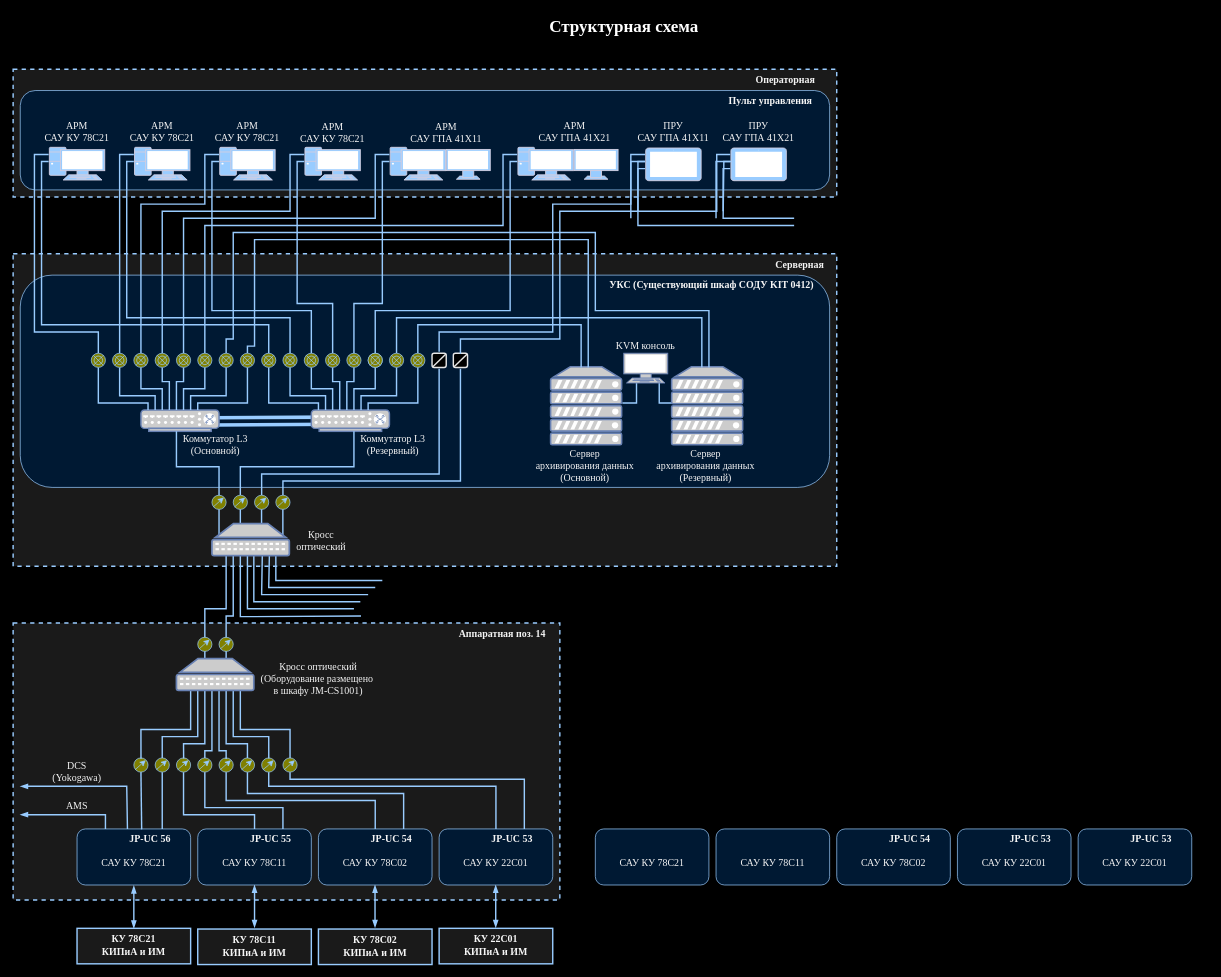
Above: Диаграмма без названия.drawio in Tretyak0ff/schemes (draw.io), before the change. Source tidied: cells renumbered, new cells numbered last; positions are measured from the earlier drawing's top-left corner, leaving out a move shared by most shapes. Both pictures are drawn from the tidied source at 71%, with x=0, y=0 at pixel (13, 12).
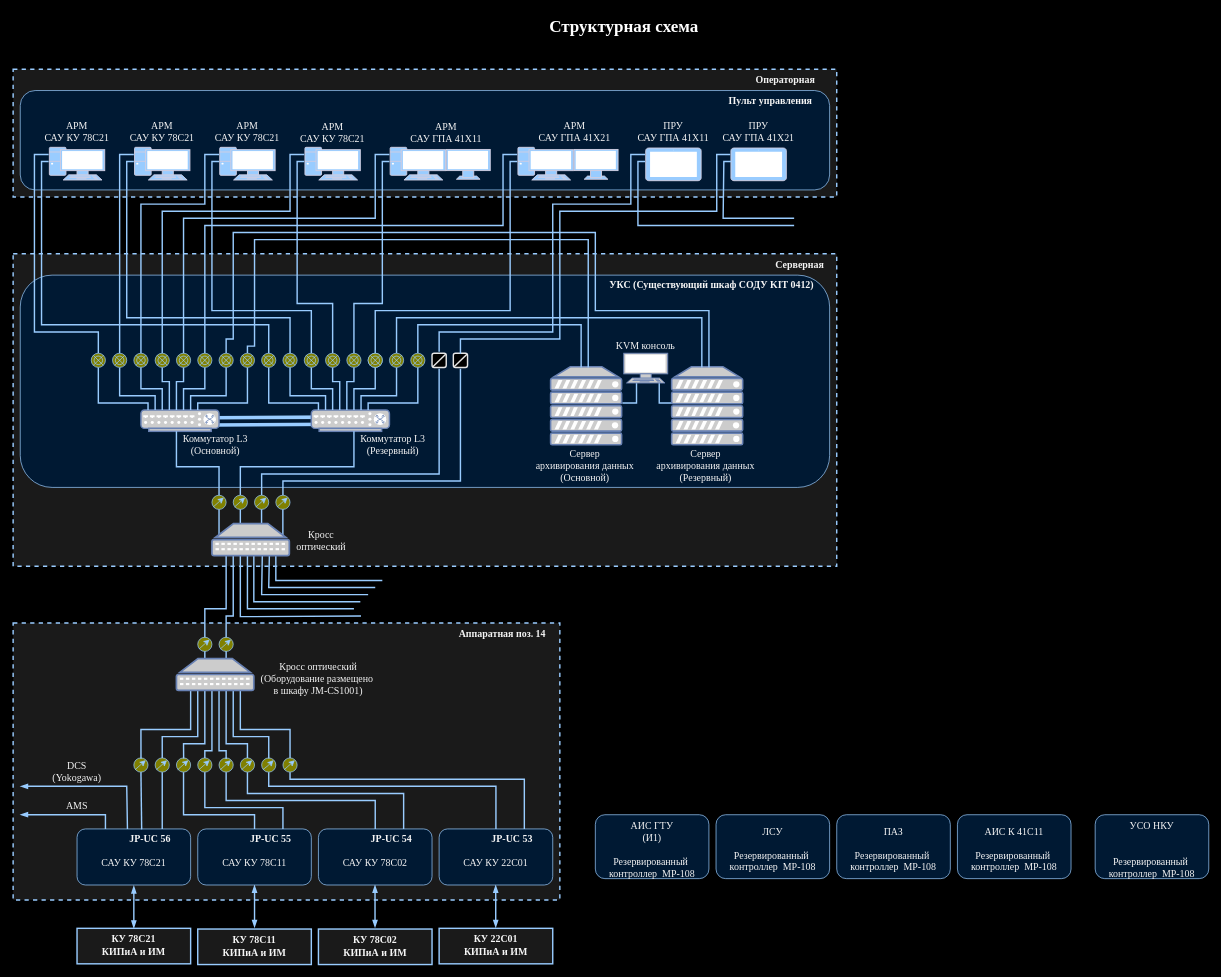
After the change.

Diff of the diagram source:
```diff
@@
-    <mxCell id="154" style="endArrow=none;html=1;rounded=0;strokeColor=#99CCFF;fontColor=#1A1A1A;strokeWidth=2;" parent="153" edge="1">
-      <mxGeometry relative="1" as="geometry">
-        <mxPoint x="880" y="280" as="sourcePoint" />
-        <mxPoint x="890" y="220" as="targetPoint" />
-        <Array as="points">
-          <mxPoint x="880" y="220" />
-        </Array>
-      </mxGeometry>
-    </mxCell>
-    <mxCell id="155" style="endArrow=none;html=1;rounded=0;strokeColor=#99CCFF;fontColor=#1A1A1A;strokeWidth=2;" parent="153" edge="1">
-      <mxGeometry relative="1" as="geometry">
-        <mxPoint x="870" y="290" as="sourcePoint" />
-        <mxPoint x="890" y="210" as="targetPoint" />
-        <Array as="points">
-          <mxPoint x="870" y="210" />
-        </Array>
-      </mxGeometry>
-    </mxCell>
-    <mxCell id="156" style="endArrow=none;html=1;rounded=0;strokeColor=#99CCFF;fontColor=#1A1A1A;strokeWidth=2;" parent="153" edge="1">
-      <mxGeometry relative="1" as="geometry">
-        <mxPoint x="1000" y="280" as="sourcePoint" />
-        <mxPoint x="1010" y="220" as="targetPoint" />
-        <Array as="points">
-          <mxPoint x="1000" y="220" />
-        </Array>
-      </mxGeometry>
-    </mxCell>
-    <mxCell id="157" style="endArrow=none;html=1;rounded=0;strokeColor=#99CCFF;fontColor=#1A1A1A;strokeWidth=2;" parent="153" edge="1">
-      <mxGeometry relative="1" as="geometry">
-        <mxPoint x="990" y="290" as="sourcePoint" />
-        <mxPoint x="1010" y="210" as="targetPoint" />
-        <Array as="points">
-          <mxPoint x="990" y="210" />
-        </Array>
-      </mxGeometry>
-    </mxCell>
@@
     <mxCell id="255" style="group;" parent="254" vertex="1">
-      <mxGeometry x="820" y="1150" width="160" height="79" as="geometry" />
+      <mxGeometry x="820" y="1130" width="160" height="90" as="geometry" />
     </mxCell>
     <mxCell id="256" style="rounded=1;whiteSpace=wrap;html=1;fillColor=#001933;strokeColor=#99CCFF;align=right;verticalAlign=top;fontColor=#F5F5F5;labelBorderColor=none;strokeWidth=1;fontSize=14;fontFamily=Times New Roman;fontStyle=1;" parent="255" vertex="1">
-      <mxGeometry width="160" height="79" as="geometry" />
+      <mxGeometry width="160" height="90" as="geometry" />
     </mxCell>
-    <mxCell id="257" value="&lt;span style=&quot;text-wrap: nowrap;&quot;&gt;САУ КУ 78С21&lt;/span&gt;" style="text;whiteSpace=wrap;html=1;align=center;labelBackgroundColor=none;fontColor=#f5f5f5;verticalAlign=middle;fontSize=14;fontFamily=Times New Roman;" parent="255" vertex="1">
-      <mxGeometry y="19" width="160" height="60" as="geometry" />
+    <mxCell id="257" value="&lt;span style=&quot;text-wrap: nowrap;&quot;&gt;АИС ГТУ&lt;/span&gt;&lt;div&gt;&lt;span style=&quot;text-wrap: nowrap;&quot;&gt;(И1)&lt;/span&gt;&lt;/div&gt;&lt;div&gt;&lt;span style=&quot;text-wrap: nowrap;&quot;&gt;&lt;br&gt;&lt;/span&gt;&lt;/div&gt;&lt;div&gt;&lt;span style=&quot;text-wrap: nowrap;&quot;&gt;Резервированный&amp;nbsp;&lt;/span&gt;&lt;/div&gt;&lt;div&gt;&lt;span style=&quot;text-wrap: nowrap;&quot;&gt;контроллер&amp;nbsp; МР-108&lt;/span&gt;&lt;/div&gt;" style="text;whiteSpace=wrap;html=1;align=center;labelBackgroundColor=none;fontColor=#f5f5f5;verticalAlign=middle;fontSize=14;fontFamily=Times New Roman;" parent="255" vertex="1">
+      <mxGeometry y="19" width="160" height="61" as="geometry" />
     </mxCell>
-    <mxCell id="258" style="group;" parent="254" vertex="1">
-      <mxGeometry x="980" y="1150" width="160" height="79" as="geometry" />
-    </mxCell>
-    <mxCell id="259" style="rounded=1;whiteSpace=wrap;html=1;fillColor=#001933;strokeColor=#99CCFF;align=right;verticalAlign=top;fontColor=#F5F5F5;labelBorderColor=none;strokeWidth=1;fontSize=14;fontFamily=Times New Roman;fontStyle=1;" parent="258" vertex="1">
-      <mxGeometry x="10" width="160" height="79" as="geometry" />
-    </mxCell>
-    <mxCell id="260" value="&lt;span style=&quot;text-wrap: nowrap;&quot;&gt;САУ КУ 78С1&lt;/span&gt;&lt;span style=&quot;text-wrap: nowrap; background-color: initial;&quot;&gt;1&lt;/span&gt;" style="text;whiteSpace=wrap;html=1;align=center;labelBackgroundColor=none;fontColor=#f5f5f5;verticalAlign=middle;fontSize=14;fontFamily=Times New Roman;" parent="258" vertex="1">
-      <mxGeometry x="10" y="19" width="160" height="60" as="geometry" />
-    </mxCell>
-    <mxCell id="261" style="group;" parent="254" vertex="1">
-      <mxGeometry x="1160" y="1150" width="160" height="79" as="geometry" />
-    </mxCell>
-    <mxCell id="262" style="group;" parent="261" vertex="1">
-      <mxGeometry width="160" height="79" as="geometry" />
-    </mxCell>
-    <mxCell id="263" value="JP-UC 54&lt;span style=&quot;white-space: pre;&quot;&gt;&#9;&lt;/span&gt;" style="rounded=1;whiteSpace=wrap;html=1;fillColor=#001933;strokeColor=#99CCFF;align=right;verticalAlign=top;fontColor=#F5F5F5;labelBorderColor=none;strokeWidth=1;fontSize=14;fontFamily=Times New Roman;fontStyle=1;" parent="262" vertex="1">
-      <mxGeometry width="160" height="79" as="geometry" />
-    </mxCell>
-    <mxCell id="264" value="&lt;span style=&quot;text-wrap: nowrap;&quot;&gt;САУ КУ 78С02&lt;/span&gt;" style="text;whiteSpace=wrap;html=1;align=center;labelBackgroundColor=none;fontColor=#f5f5f5;verticalAlign=middle;fontSize=14;fontFamily=Times New Roman;" parent="262" vertex="1">
-      <mxGeometry y="19" width="160" height="60" as="geometry" />
-    </mxCell>
-    <mxCell id="265" style="group;" parent="254" vertex="1">
-      <mxGeometry x="1330" y="1150" width="160" height="79" as="geometry" />
-    </mxCell>
-    <mxCell id="266" value="JP-UC 53&lt;span style=&quot;white-space: pre;&quot;&gt;&#9;&lt;/span&gt;" style="rounded=1;whiteSpace=wrap;html=1;fillColor=#001933;strokeColor=#99CCFF;align=right;verticalAlign=top;fontColor=#F5F5F5;labelBorderColor=none;strokeWidth=1;fontSize=14;fontFamily=Times New Roman;fontStyle=1;" parent="265" vertex="1">
-      <mxGeometry width="160" height="79" as="geometry" />
-    </mxCell>
-    <mxCell id="267" value="&lt;span style=&quot;text-wrap: nowrap;&quot;&gt;САУ КУ 22С01&lt;/span&gt;" style="text;whiteSpace=wrap;html=1;align=center;labelBackgroundColor=none;fontColor=#f5f5f5;verticalAlign=middle;fontSize=14;fontFamily=Times New Roman;" parent="265" vertex="1">
-      <mxGeometry y="19" width="160" height="60" as="geometry" />
-    </mxCell>
-    <mxCell id="268" style="group;" parent="254" vertex="1">
-      <mxGeometry x="1500" y="1150" width="160" height="79" as="geometry" />
-    </mxCell>
-    <mxCell id="269" value="JP-UC 53&lt;span style=&quot;white-space: pre;&quot;&gt;&#9;&lt;/span&gt;" style="rounded=1;whiteSpace=wrap;html=1;fillColor=#001933;strokeColor=#99CCFF;align=right;verticalAlign=top;fontColor=#F5F5F5;labelBorderColor=none;strokeWidth=1;fontSize=14;fontFamily=Times New Roman;fontStyle=1;" parent="268" vertex="1">
-      <mxGeometry width="160" height="79" as="geometry" />
-    </mxCell>
-    <mxCell id="270" value="&lt;span style=&quot;text-wrap: nowrap;&quot;&gt;САУ КУ 22С01&lt;/span&gt;" style="text;whiteSpace=wrap;html=1;align=center;labelBackgroundColor=none;fontColor=#f5f5f5;verticalAlign=middle;fontSize=14;fontFamily=Times New Roman;" parent="268" vertex="1">
-      <mxGeometry y="19" width="160" height="60" as="geometry" />
-    </mxCell>
+    <mxCell id="271" style="group;" parent="254" vertex="1">
+      <mxGeometry x="990" y="1130" width="160" height="90" as="geometry" />
+    </mxCell>
+    <mxCell id="272" style="rounded=1;whiteSpace=wrap;html=1;fillColor=#001933;strokeColor=#99CCFF;align=right;verticalAlign=top;fontColor=#F5F5F5;labelBorderColor=none;strokeWidth=1;fontSize=14;fontFamily=Times New Roman;fontStyle=1;" parent="271" vertex="1">
+      <mxGeometry width="160" height="90" as="geometry" />
+    </mxCell>
+    <mxCell id="273" value="&lt;div&gt;&lt;span style=&quot;text-wrap: nowrap;&quot;&gt;ЛСУ&lt;/span&gt;&lt;/div&gt;&lt;div&gt;&lt;span style=&quot;text-wrap: nowrap;&quot;&gt;&lt;br&gt;&lt;/span&gt;&lt;/div&gt;&lt;div&gt;&lt;span style=&quot;text-wrap: nowrap; background-color: initial;&quot;&gt;Резервированный&amp;nbsp;&lt;/span&gt;&lt;br&gt;&lt;/div&gt;&lt;div&gt;&lt;span style=&quot;text-wrap: nowrap;&quot;&gt;контроллер&amp;nbsp; МР-108&lt;/span&gt;&lt;/div&gt;" style="text;whiteSpace=wrap;html=1;align=center;labelBackgroundColor=none;fontColor=#f5f5f5;verticalAlign=middle;fontSize=14;fontFamily=Times New Roman;" parent="271" vertex="1">
+      <mxGeometry y="19" width="160" height="61" as="geometry" />
+    </mxCell>
+    <mxCell id="274" style="group;" parent="254" vertex="1">
+      <mxGeometry x="1160" y="1130" width="160" height="90" as="geometry" />
+    </mxCell>
+    <mxCell id="275" style="rounded=1;whiteSpace=wrap;html=1;fillColor=#001933;strokeColor=#99CCFF;align=right;verticalAlign=top;fontColor=#F5F5F5;labelBorderColor=none;strokeWidth=1;fontSize=14;fontFamily=Times New Roman;fontStyle=1;" parent="274" vertex="1">
+      <mxGeometry width="160" height="90" as="geometry" />
+    </mxCell>
+    <mxCell id="276" value="&lt;div&gt;&lt;span style=&quot;text-wrap: nowrap;&quot;&gt;ПАЗ&lt;/span&gt;&lt;/div&gt;&lt;div&gt;&lt;span style=&quot;text-wrap: nowrap;&quot;&gt;&lt;br&gt;&lt;/span&gt;&lt;/div&gt;&lt;div&gt;&lt;span style=&quot;text-wrap: nowrap; background-color: initial;&quot;&gt;Резервированный&amp;nbsp;&lt;/span&gt;&lt;br&gt;&lt;/div&gt;&lt;div&gt;&lt;span style=&quot;text-wrap: nowrap;&quot;&gt;контроллер&amp;nbsp; МР-108&lt;/span&gt;&lt;/div&gt;" style="text;whiteSpace=wrap;html=1;align=center;labelBackgroundColor=none;fontColor=#f5f5f5;verticalAlign=middle;fontSize=14;fontFamily=Times New Roman;" parent="274" vertex="1">
+      <mxGeometry y="19" width="160" height="61" as="geometry" />
+    </mxCell>
+    <mxCell id="277" style="group;" parent="254" vertex="1">
+      <mxGeometry x="1330" y="1130" width="160" height="90" as="geometry" />
+    </mxCell>
+    <mxCell id="278" style="rounded=1;whiteSpace=wrap;html=1;fillColor=#001933;strokeColor=#99CCFF;align=right;verticalAlign=top;fontColor=#F5F5F5;labelBorderColor=none;strokeWidth=1;fontSize=14;fontFamily=Times New Roman;fontStyle=1;" parent="277" vertex="1">
+      <mxGeometry width="160" height="90" as="geometry" />
+    </mxCell>
+    <mxCell id="279" value="&lt;div&gt;&lt;span style=&quot;text-wrap: nowrap;&quot;&gt;АИС К 41С11&lt;/span&gt;&lt;/div&gt;&lt;div&gt;&lt;span style=&quot;text-wrap: nowrap;&quot;&gt;&lt;br&gt;&lt;/span&gt;&lt;/div&gt;&lt;div&gt;&lt;span style=&quot;text-wrap: nowrap; background-color: initial;&quot;&gt;Резервированный&amp;nbsp;&lt;/span&gt;&lt;br&gt;&lt;/div&gt;&lt;div&gt;&lt;span style=&quot;text-wrap: nowrap;&quot;&gt;контроллер&amp;nbsp; МР-108&lt;/span&gt;&lt;/div&gt;" style="text;whiteSpace=wrap;html=1;align=center;labelBackgroundColor=none;fontColor=#f5f5f5;verticalAlign=middle;fontSize=14;fontFamily=Times New Roman;" parent="277" vertex="1">
+      <mxGeometry y="19" width="160" height="61" as="geometry" />
+    </mxCell>
+    <mxCell id="280" style="group;" parent="254" vertex="1">
+      <mxGeometry x="1524" y="1130" width="160" height="90" as="geometry" />
+    </mxCell>
+    <mxCell id="281" style="rounded=1;whiteSpace=wrap;html=1;fillColor=#001933;strokeColor=#99CCFF;align=right;verticalAlign=top;fontColor=#F5F5F5;labelBorderColor=none;strokeWidth=1;fontSize=14;fontFamily=Times New Roman;fontStyle=1;" parent="280" vertex="1">
+      <mxGeometry width="160" height="90" as="geometry" />
+    </mxCell>
+    <mxCell id="282" value="&lt;div&gt;&lt;span style=&quot;text-wrap: nowrap;&quot;&gt;УСО НКУ&lt;/span&gt;&lt;/div&gt;&lt;div&gt;&lt;span style=&quot;text-wrap: nowrap;&quot;&gt;&lt;br&gt;&lt;/span&gt;&lt;/div&gt;&lt;div&gt;&lt;span style=&quot;text-wrap: nowrap;&quot;&gt;&lt;br&gt;&lt;/span&gt;&lt;/div&gt;&lt;div&gt;&lt;span style=&quot;text-wrap: nowrap;&quot;&gt;Резервированный&amp;nbsp;&lt;/span&gt;&lt;/div&gt;&lt;div&gt;&lt;span style=&quot;text-wrap: nowrap;&quot;&gt;контроллер&amp;nbsp; МР-108&lt;/span&gt;&lt;/div&gt;" style="text;whiteSpace=wrap;html=1;align=center;labelBackgroundColor=none;fontColor=#f5f5f5;verticalAlign=middle;fontSize=14;fontFamily=Times New Roman;" parent="280" vertex="1">
+      <mxGeometry y="19" width="160" height="61" as="geometry" />
+    </mxCell>
```
